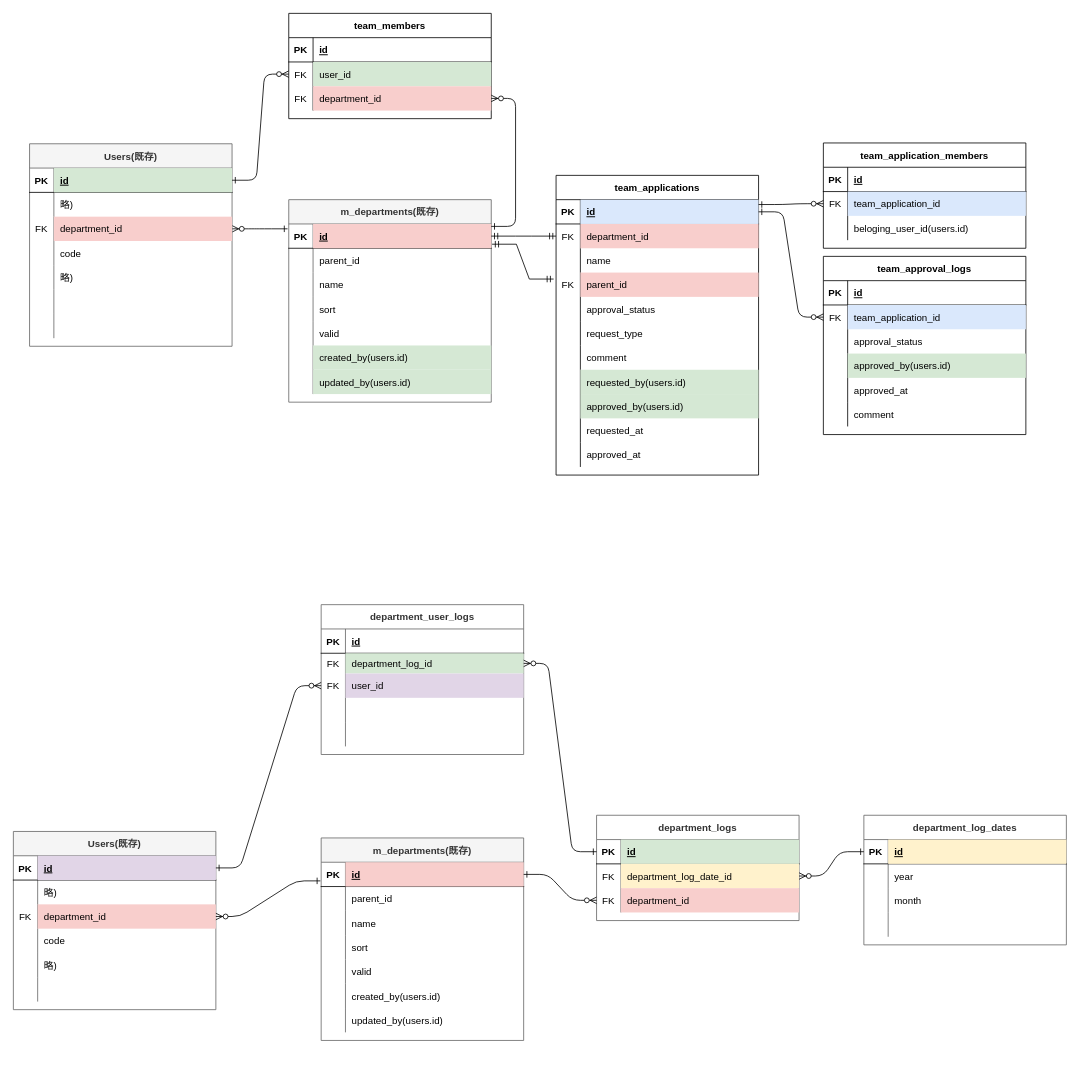
Before: rose.drawio in satohirok/twitter_clone_ER, a draw.io diagram. Source tidied: cells renumbered, new cells numbered last; positions are measured from the earlier drawing's top-left corner, leaving out a move shared by most shapes. Both pictures are drawn from the tidied source at 81%, with x=0, y=0 at pixel (13, -36).
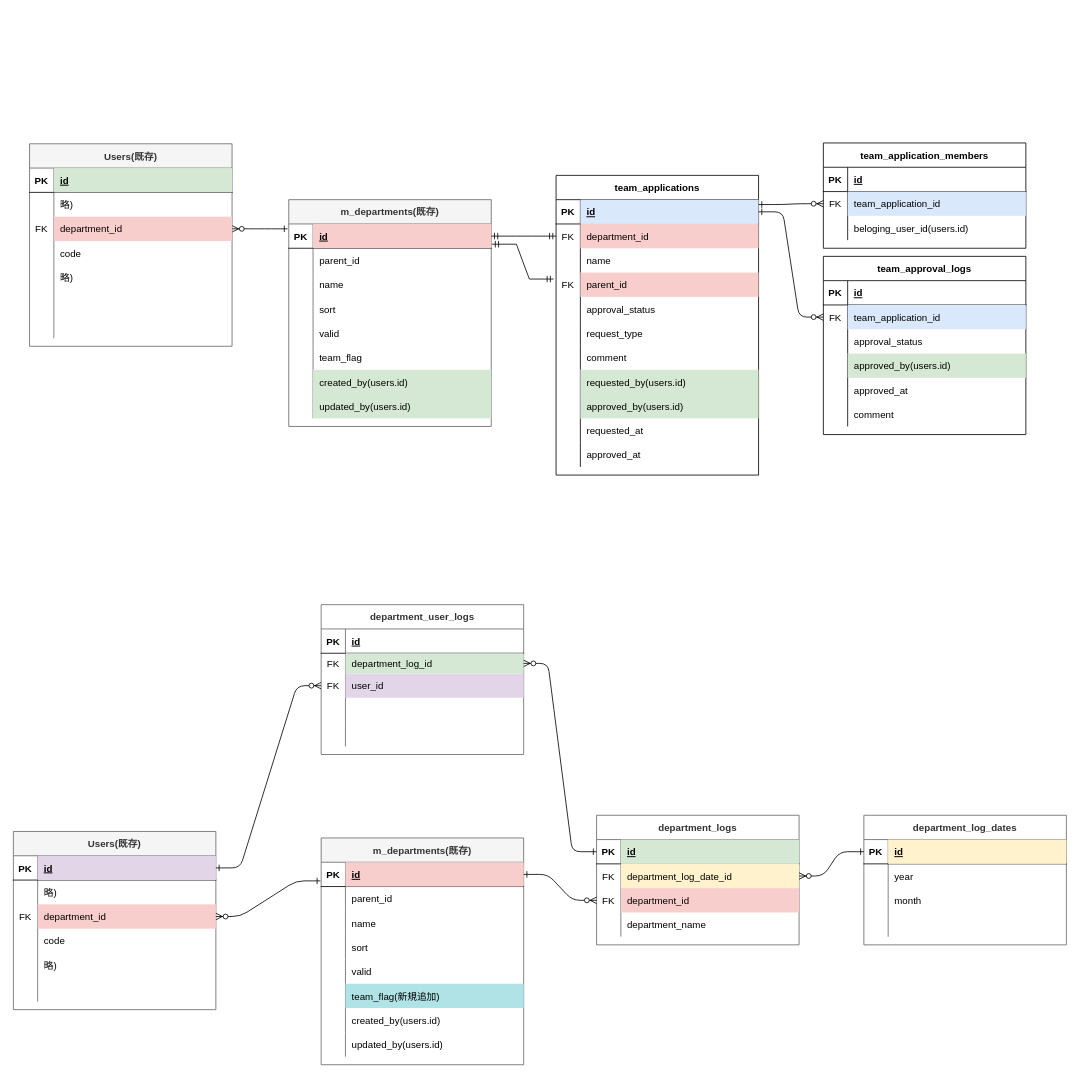
The same diagram, later.

Commit message:
rose.drawio を更新します

Unchanged cells that the change refers to:
```xml
<mxCell id="4" style="shape=partialRectangle;fillColor=none;points=[[0,0.5],[1,0.5]];portConstraint=eastwest;top=0;left=0;right=0;bottom=1;" parent="3" vertex="1">
  <mxGeometry y="30" width="250" height="30" as="geometry" />
</mxCell>
<mxCell id="26" style="shape=partialRectangle;fillColor=none;points=[[0,0.5],[1,0.5]];portConstraint=eastwest;top=0;left=0;right=0;bottom=1;" parent="25" vertex="1">
  <mxGeometry y="30" width="250" height="30" as="geometry" />
</mxCell>
```

The edit, as a diff of the source:
```diff
@@
     <mxCell id="3" value="m_departments(既存)" style="shape=table;startSize=30;childLayout=tableLayout;rowLines=0;fontStyle=1;align=center;fillColor=#f5f5f5;fontColor=#333333;strokeColor=#666666;" parent="1" vertex="1">
-      <mxGeometry x="340" y="290" width="250" height="250" as="geometry" />
+      <mxGeometry x="340" y="290" width="250" height="280" as="geometry" />
     </mxCell>
@@
+    <mxCell id="211" style="shape=partialRectangle;fillColor=none;top=0;left=0;right=0;bottom=0;" parent="3" vertex="1">
+      <mxGeometry y="180" width="250" height="30" as="geometry" />
+    </mxCell>
+    <mxCell id="212" style="shape=partialRectangle;overflow=hidden;fillColor=none;top=0;left=0;bottom=0;right=0;" parent="211" vertex="1">
+      <mxGeometry width="30" height="30" as="geometry" />
+    </mxCell>
+    <mxCell id="213" value="team_flag" style="shape=partialRectangle;overflow=hidden;fillColor=none;top=0;left=0;bottom=0;right=0;align=left;spacingLeft=6;" parent="211" vertex="1">
+      <mxGeometry x="30" width="220" height="30" as="geometry" />
+    </mxCell>
     <mxCell id="19" style="shape=partialRectangle;fillColor=none;top=0;left=0;right=0;bottom=0;" parent="3" vertex="1">
-      <mxGeometry y="180" width="250" height="30" as="geometry" />
+      <mxGeometry y="210" width="250" height="30" as="geometry" />
     </mxCell>
@@
     <mxCell id="22" style="shape=partialRectangle;fillColor=none;top=0;left=0;right=0;bottom=0;" parent="3" vertex="1">
-      <mxGeometry y="210" width="250" height="30" as="geometry" />
+      <mxGeometry y="240" width="250" height="30" as="geometry" />
     </mxCell>
@@
-    <mxCell id="81" value="team_members" style="shape=table;startSize=30;childLayout=tableLayout;rowLines=0;fontStyle=1;align=center;" parent="1" vertex="1">
-      <mxGeometry x="340" y="60" width="250" height="130" as="geometry" />
-    </mxCell>
-    <mxCell id="82" style="shape=partialRectangle;fillColor=none;top=0;left=0;right=0;bottom=1;" parent="81" vertex="1">
-      <mxGeometry y="30" width="250" height="30" as="geometry" />
-    </mxCell>
-    <mxCell id="83" value="PK" style="shape=partialRectangle;overflow=hidden;fillColor=none;top=0;left=0;bottom=0;right=0;fontStyle=1;" parent="82" vertex="1">
-      <mxGeometry width="30" height="30" as="geometry" />
-    </mxCell>
-    <mxCell id="84" value="id" style="shape=partialRectangle;overflow=hidden;fillColor=none;top=0;left=0;bottom=0;right=0;align=left;spacingLeft=6;fontStyle=5;" parent="82" vertex="1">
-      <mxGeometry x="30" width="220" height="30" as="geometry" />
-    </mxCell>
-    <mxCell id="85" style="shape=partialRectangle;fillColor=none;points=[[0,0.5],[1,0.5]];portConstraint=eastwest;top=0;left=0;right=0;bottom=0;" parent="81" vertex="1">
-      <mxGeometry y="60" width="250" height="30" as="geometry" />
-    </mxCell>
-    <mxCell id="86" value="FK" style="shape=partialRectangle;overflow=hidden;fillColor=none;top=0;left=0;bottom=0;right=0;" parent="85" vertex="1">
-      <mxGeometry width="30" height="30" as="geometry" />
-    </mxCell>
-    <mxCell id="87" value="user_id" style="shape=partialRectangle;overflow=hidden;fillColor=#d5e8d4;top=0;left=0;bottom=0;right=0;align=left;spacingLeft=6;strokeColor=#82b366;" parent="85" vertex="1">
-      <mxGeometry x="30" width="220" height="30" as="geometry" />
-    </mxCell>
-    <mxCell id="88" style="shape=partialRectangle;fillColor=none;points=[[0,0.5],[1,0.5]];portConstraint=eastwest;top=0;left=0;right=0;bottom=0;" parent="81" vertex="1">
-      <mxGeometry y="90" width="250" height="30" as="geometry" />
-    </mxCell>
-    <mxCell id="89" value="FK" style="shape=partialRectangle;overflow=hidden;fillColor=none;top=0;left=0;bottom=0;right=0;" parent="88" vertex="1">
-      <mxGeometry width="30" height="30" as="geometry" />
-    </mxCell>
-    <mxCell id="90" value="department_id" style="shape=partialRectangle;overflow=hidden;fillColor=#f8cecc;top=0;left=0;bottom=0;right=0;align=left;spacingLeft=6;strokeColor=#b85450;" parent="88" vertex="1">
-      <mxGeometry x="30" width="220" height="30" as="geometry" />
-    </mxCell>
@@
-    <mxCell id="124" style="edgeStyle=entityRelationEdgeStyle;endArrow=ERzeroToMany;startArrow=ERone;endFill=1;startFill=0;entryX=1;entryY=0.5;entryDx=0;entryDy=0;exitX=1;exitY=0.1;exitDx=0;exitDy=0;exitPerimeter=0;" parent="1" edge="1" source="4" target="88">
-      <mxGeometry relative="1" as="geometry" />
-    </mxCell>
-    <mxCell id="125" style="edgeStyle=entityRelationEdgeStyle;endArrow=ERzeroToMany;startArrow=ERone;endFill=1;startFill=0;entryX=0;entryY=0.5;entryDx=0;entryDy=0;" parent="1" edge="1" source="26" target="85">
-      <mxGeometry relative="1" as="geometry">
-        <Array as="points">
-          <mxPoint x="334.3" y="140" />
-          <mxPoint x="60" y="610" />
-          <mxPoint x="30" y="510" />
-          <mxPoint x="30" y="500" />
-        </Array>
-      </mxGeometry>
-    </mxCell>
     <mxCell id="126" value="department_logs" style="shape=table;startSize=30;childLayout=tableLayout;rowLines=0;fontStyle=1;align=center;fillColor=none;fontColor=#333333;strokeColor=#666666;" parent="1" vertex="1">
-      <mxGeometry x="720" y="1050" width="250" height="130" as="geometry" />
+      <mxGeometry x="720" y="1050" width="250" height="160" as="geometry" />
     </mxCell>
@@
+    <mxCell id="214" style="shape=partialRectangle;fillColor=none;top=0;left=0;right=0;bottom=0;" parent="126" vertex="1">
+      <mxGeometry y="120" width="250" height="30" as="geometry" />
+    </mxCell>
+    <mxCell id="215" style="shape=partialRectangle;overflow=hidden;fillColor=none;top=0;left=0;bottom=0;right=0;" parent="214" vertex="1">
+      <mxGeometry width="30" height="30" as="geometry" />
+    </mxCell>
+    <mxCell id="216" value="department_name" style="shape=partialRectangle;overflow=hidden;fillColor=none;top=0;left=0;bottom=0;right=0;align=left;spacingLeft=6;strokeColor=#b85450;" parent="214" vertex="1">
+      <mxGeometry x="30" width="220" height="30" as="geometry" />
+    </mxCell>
@@
     <mxCell id="165" value="m_departments(既存)" style="shape=table;startSize=30;childLayout=tableLayout;rowLines=0;fontStyle=1;align=center;fillColor=#f5f5f5;fontColor=#333333;strokeColor=#666666;" parent="1" vertex="1">
-      <mxGeometry x="380" y="1078" width="250" height="250" as="geometry" />
+      <mxGeometry x="380" y="1078" width="250" height="280" as="geometry" />
     </mxCell>
@@
+    <mxCell id="217" style="shape=partialRectangle;fillColor=none;top=0;left=0;right=0;bottom=0;" parent="165" vertex="1">
+      <mxGeometry y="180" width="250" height="30" as="geometry" />
+    </mxCell>
+    <mxCell id="218" style="shape=partialRectangle;overflow=hidden;fillColor=none;top=0;left=0;bottom=0;right=0;" parent="217" vertex="1">
+      <mxGeometry width="30" height="30" as="geometry" />
+    </mxCell>
+    <mxCell id="219" value="team_flag(新規追加)" style="shape=partialRectangle;overflow=hidden;fillColor=#b0e3e6;top=0;left=0;bottom=0;right=0;align=left;spacingLeft=6;strokeColor=#0e8088;" parent="217" vertex="1">
+      <mxGeometry x="30" width="220" height="30" as="geometry" />
+    </mxCell>
     <mxCell id="181" style="shape=partialRectangle;fillColor=none;top=0;left=0;right=0;bottom=0;" parent="165" vertex="1">
-      <mxGeometry y="180" width="250" height="30" as="geometry" />
+      <mxGeometry y="210" width="250" height="30" as="geometry" />
     </mxCell>
@@
     <mxCell id="184" style="shape=partialRectangle;fillColor=none;top=0;left=0;right=0;bottom=0;" parent="165" vertex="1">
-      <mxGeometry y="210" width="250" height="30" as="geometry" />
+      <mxGeometry y="240" width="250" height="30" as="geometry" />
     </mxCell>
```
